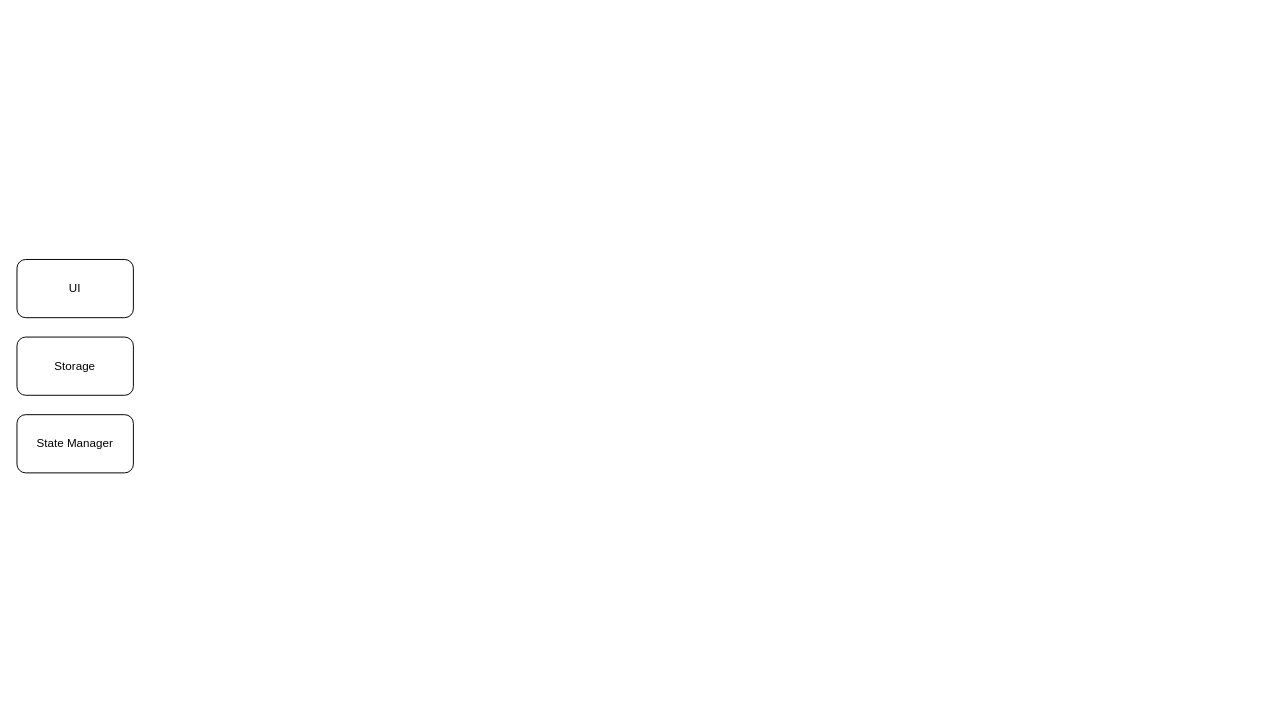
Before: page "Fatima" (1 of 3) of strtucture.drawio in smae1993/fatima, a draw.io diagram. Source tidied: cells renumbered, new cells numbered last; positions are measured from the earlier drawing's top-left corner, leaving out a move shared by most shapes. Both pictures are drawn from the tidied source at 97%, with x=0, y=0 at pixel (16, 259).
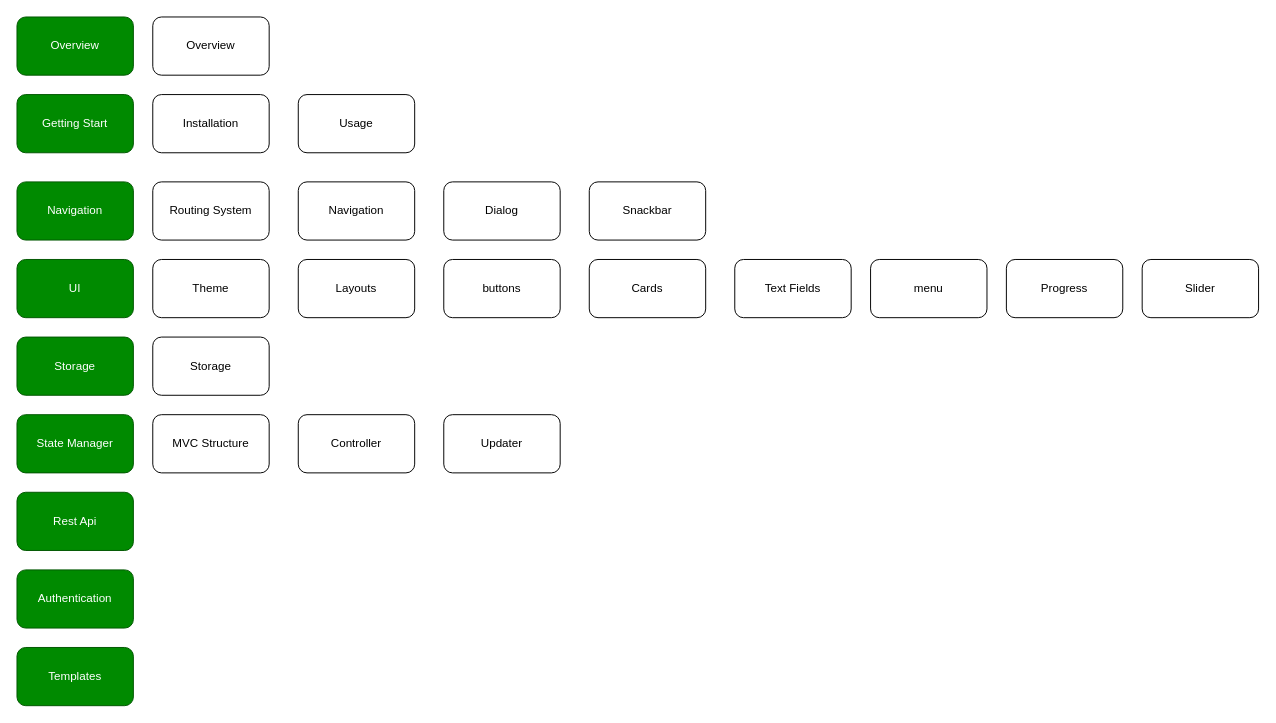
The same diagram, later.

The edit, as a diff of the source:
```diff
@@
-    <mxCell id="2" value="UI" style="rounded=1;whiteSpace=wrap;html=1;" parent="1" vertex="1">
+    <mxCell id="2" value="UI" style="rounded=1;whiteSpace=wrap;html=1;fillColor=#008a00;fontColor=#ffffff;strokeColor=#005700;" parent="1" vertex="1">
       <mxGeometry width="120" height="60" as="geometry" />
     </mxCell>
-    <mxCell id="3" value="Storage" style="rounded=1;whiteSpace=wrap;html=1;" parent="1" vertex="1">
+    <mxCell id="3" value="Storage" style="rounded=1;whiteSpace=wrap;html=1;fillColor=#008a00;fontColor=#ffffff;strokeColor=#005700;" parent="1" vertex="1">
       <mxGeometry y="80" width="120" height="60" as="geometry" />
     </mxCell>
-    <mxCell id="4" value="State Manager" style="rounded=1;whiteSpace=wrap;html=1;" parent="1" vertex="1">
+    <mxCell id="4" value="State Manager" style="rounded=1;whiteSpace=wrap;html=1;fillColor=#008a00;fontColor=#ffffff;strokeColor=#005700;" parent="1" vertex="1">
       <mxGeometry y="160" width="120" height="60" as="geometry" />
     </mxCell>
+    <mxCell id="5" value="Getting Start" style="rounded=1;whiteSpace=wrap;html=1;fillColor=#008a00;fontColor=#ffffff;strokeColor=#005700;" parent="1" vertex="1">
+      <mxGeometry y="-170" width="120" height="60" as="geometry" />
+    </mxCell>
+    <mxCell id="6" value="Overview" style="rounded=1;whiteSpace=wrap;html=1;fillColor=#008a00;fontColor=#ffffff;strokeColor=#005700;" parent="1" vertex="1">
+      <mxGeometry y="-250" width="120" height="60" as="geometry" />
+    </mxCell>
+    <mxCell id="7" value="Templates" style="rounded=1;whiteSpace=wrap;html=1;fillColor=#008a00;fontColor=#ffffff;strokeColor=#005700;" parent="1" vertex="1">
+      <mxGeometry y="400" width="120" height="60" as="geometry" />
+    </mxCell>
+    <mxCell id="8" value="Installation" style="rounded=1;whiteSpace=wrap;html=1;" parent="1" vertex="1">
+      <mxGeometry x="140" y="-170" width="120" height="60" as="geometry" />
+    </mxCell>
+    <mxCell id="9" value="Usage" style="rounded=1;whiteSpace=wrap;html=1;" parent="1" vertex="1">
+      <mxGeometry x="290" y="-170" width="120" height="60" as="geometry" />
+    </mxCell>
+    <mxCell id="10" value="Theme" style="rounded=1;whiteSpace=wrap;html=1;" parent="1" vertex="1">
+      <mxGeometry x="140" width="120" height="60" as="geometry" />
+    </mxCell>
+    <mxCell id="11" value="Layouts" style="rounded=1;whiteSpace=wrap;html=1;" parent="1" vertex="1">
+      <mxGeometry x="290" width="120" height="60" as="geometry" />
+    </mxCell>
+    <mxCell id="12" value="buttons" style="rounded=1;whiteSpace=wrap;html=1;" parent="1" vertex="1">
+      <mxGeometry x="440" width="120" height="60" as="geometry" />
+    </mxCell>
+    <mxCell id="13" value="Storage" style="rounded=1;whiteSpace=wrap;html=1;" parent="1" vertex="1">
+      <mxGeometry x="140" y="80" width="120" height="60" as="geometry" />
+    </mxCell>
+    <mxCell id="14" value="Overview" style="rounded=1;whiteSpace=wrap;html=1;" parent="1" vertex="1">
+      <mxGeometry x="140" y="-250" width="120" height="60" as="geometry" />
+    </mxCell>
+    <mxCell id="15" value="MVC Structure" style="rounded=1;whiteSpace=wrap;html=1;" parent="1" vertex="1">
+      <mxGeometry x="140" y="160" width="120" height="60" as="geometry" />
+    </mxCell>
+    <mxCell id="16" value="Controller" style="rounded=1;whiteSpace=wrap;html=1;" parent="1" vertex="1">
+      <mxGeometry x="290" y="160" width="120" height="60" as="geometry" />
+    </mxCell>
+    <mxCell id="17" value="Updater" style="rounded=1;whiteSpace=wrap;html=1;" parent="1" vertex="1">
+      <mxGeometry x="440" y="160" width="120" height="60" as="geometry" />
+    </mxCell>
+    <mxCell id="18" value="Cards" style="rounded=1;whiteSpace=wrap;html=1;" parent="1" vertex="1">
+      <mxGeometry x="590" width="120" height="60" as="geometry" />
+    </mxCell>
+    <mxCell id="19" value="Text Fields" style="rounded=1;whiteSpace=wrap;html=1;" parent="1" vertex="1">
+      <mxGeometry x="740" width="120" height="60" as="geometry" />
+    </mxCell>
+    <mxCell id="20" value="menu" style="rounded=1;whiteSpace=wrap;html=1;" parent="1" vertex="1">
+      <mxGeometry x="880" width="120" height="60" as="geometry" />
+    </mxCell>
+    <mxCell id="21" value="Navigation" style="rounded=1;whiteSpace=wrap;html=1;fillColor=#008a00;fontColor=#ffffff;strokeColor=#005700;" parent="1" vertex="1">
+      <mxGeometry y="-80" width="120" height="60" as="geometry" />
+    </mxCell>
+    <mxCell id="22" value="Routing System" style="rounded=1;whiteSpace=wrap;html=1;" parent="1" vertex="1">
+      <mxGeometry x="140" y="-80" width="120" height="60" as="geometry" />
+    </mxCell>
+    <mxCell id="23" value="Navigation" style="rounded=1;whiteSpace=wrap;html=1;" parent="1" vertex="1">
+      <mxGeometry x="290" y="-80" width="120" height="60" as="geometry" />
+    </mxCell>
+    <mxCell id="24" value="Dialog" style="rounded=1;whiteSpace=wrap;html=1;" parent="1" vertex="1">
+      <mxGeometry x="440" y="-80" width="120" height="60" as="geometry" />
+    </mxCell>
+    <mxCell id="25" value="Snackbar" style="rounded=1;whiteSpace=wrap;html=1;" parent="1" vertex="1">
+      <mxGeometry x="590" y="-80" width="120" height="60" as="geometry" />
+    </mxCell>
+    <mxCell id="26" value="Progress" style="rounded=1;whiteSpace=wrap;html=1;" parent="1" vertex="1">
+      <mxGeometry x="1020" width="120" height="60" as="geometry" />
+    </mxCell>
+    <mxCell id="27" value="Slider" style="rounded=1;whiteSpace=wrap;html=1;" parent="1" vertex="1">
+      <mxGeometry x="1160" width="120" height="60" as="geometry" />
+    </mxCell>
+    <mxCell id="28" value="Authentication" style="rounded=1;whiteSpace=wrap;html=1;fillColor=#008a00;fontColor=#ffffff;strokeColor=#005700;" parent="1" vertex="1">
+      <mxGeometry y="320" width="120" height="60" as="geometry" />
+    </mxCell>
+    <mxCell id="29" value="Rest Api" style="rounded=1;whiteSpace=wrap;html=1;fillColor=#008a00;fontColor=#ffffff;strokeColor=#005700;" parent="1" vertex="1">
+      <mxGeometry y="240" width="120" height="60" as="geometry" />
+    </mxCell>
```
